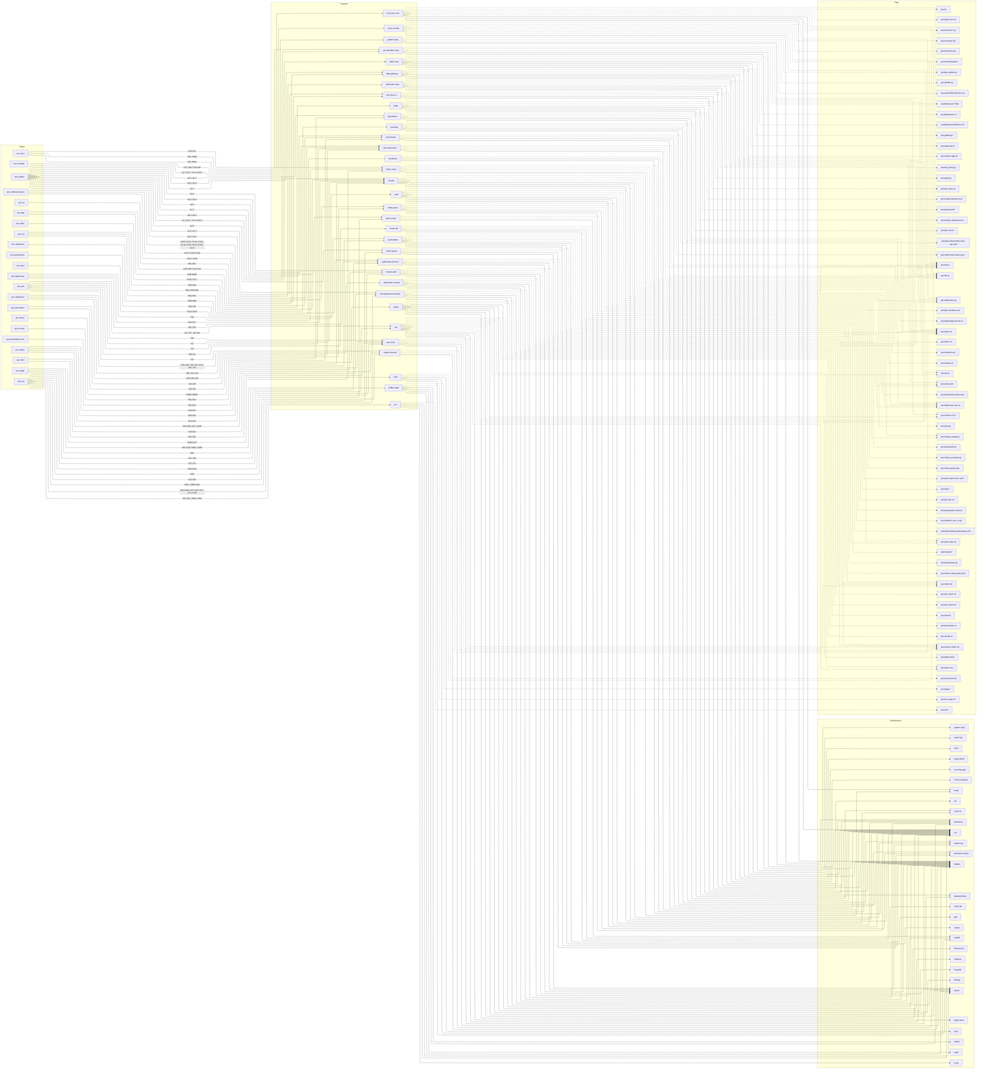
Earlier version of the Mermaid export docs/diagrams/features.png (villadalmine/k8s-lan-party). Its source is kept beside it as docs/diagrams/features.mmd.
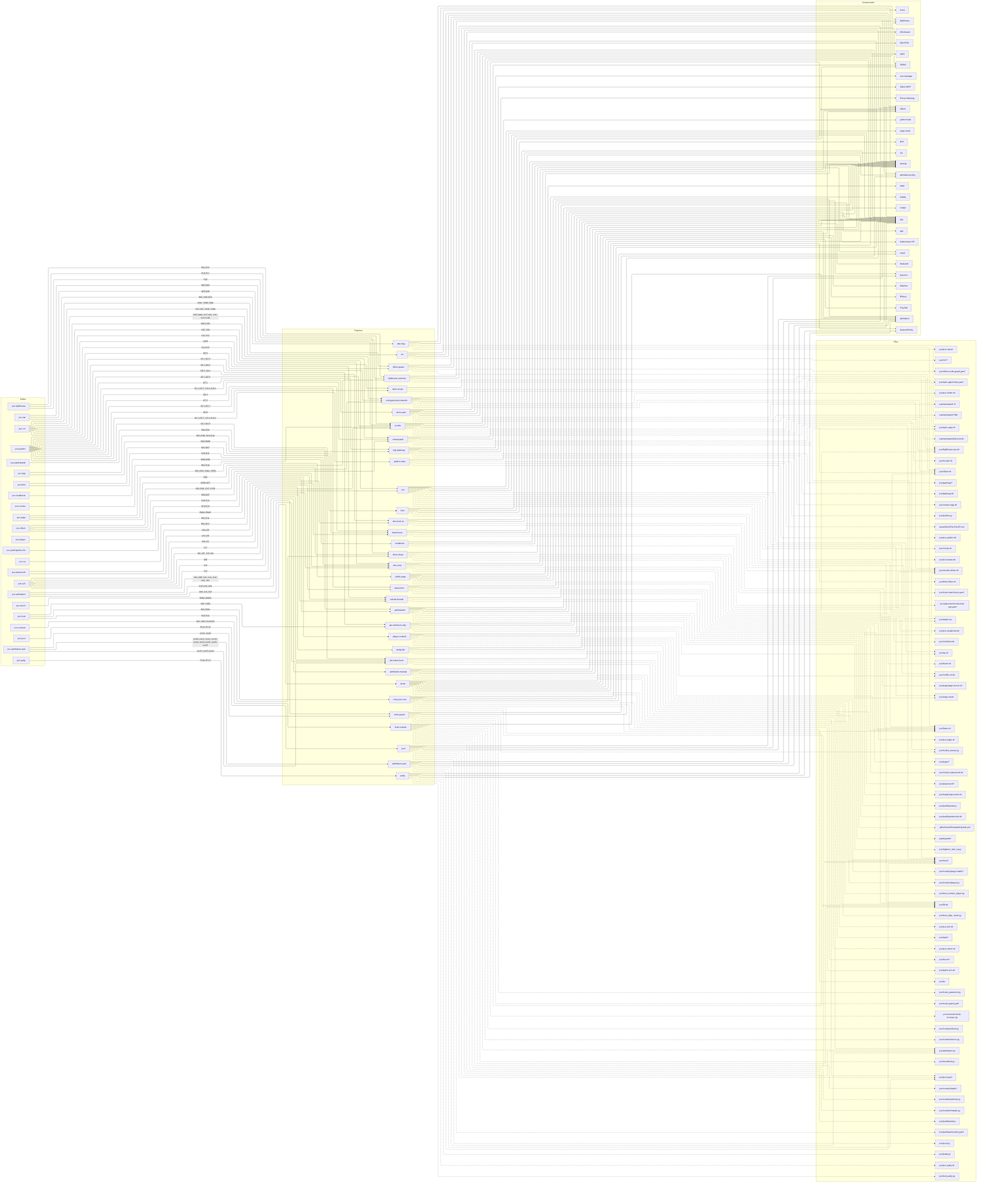
Later version of the same file.

Change to the diagram source:
```diff
@@ -9,6 +9,7 @@
     s_poc_admission["poc-admission"]
     s_poc_admission_auto["poc-admission-auto"]
     s_poc_console["poc-console"]
+    s_poc_player["poc-player"]
     s_poc_pool["poc-pool"]
     s_poc_party["poc-party"]
     s_poc_doom["poc-doom"]
@@ -35,6 +36,7 @@
     f_admission_manual["admission-manual"]
     f_admission_auto["admission-auto"]
     f_host_console["host-console"]
+    f_player_console["player-console"]
     f_pool["pool"]
     f_party["party"]
     f_doom["doom"]
@@ -67,6 +69,7 @@
     c_Cilium["Cilium"]
     c_admission_policy["admission policy"]
     c_admission["admission"]
+    c_Kubernetes_API["Kubernetes API"]
     c_Kyverno["Kyverno"]
     c_NetworkPolicy["NetworkPolicy"]
     c_Odamex["Odamex"]
@@ -111,9 +114,16 @@
     p_poc_admission_py["poc/admission.py"]
     p_poc_pool_yaml["poc/pool.yaml"]
     p_poc_meshlock_py["poc/meshlock.py"]
-    p_poc_console___py["poc/console/*.py"]
-    p_poc_console___cjs["poc/console/*.cjs"]
+    p_poc_console_actions_py["poc/console/actions.py"]
+    p_poc_console_client_py["poc/console/client.py"]
+    p_poc_console_mutate_py["poc/console/mutate.py"]
+    p_poc_console_server_py["poc/console/server.py"]
+    p_poc_console_check_browser_cjs["poc/console/check-browser.cjs"]
     p_poc_console_static__["poc/console/static/*"]
+    p_poc_console_player_py["poc/console/player.py"]
+    p_poc_console_player_static__["poc/console/player-static/*"]
+    p_poc_test_console_player_py["poc/test_console_player.py"]
+    p_poc_test_edge_mesh_py["poc/test_edge_mesh.py"]
     p_poc_pool_py["poc/pool.py"]
     p_poc_participant_py["poc/participant.py"]
     p_poc_participant_policy_yaml["poc/participant-policy.yaml"]
@@ -241,10 +251,21 @@
   f_host_console -.-> p_poc_mesh
   f_host_console -.-> p_poc_lib_sh
   f_host_console -.-> p_poc_meshlock_py
-  f_host_console -.-> p_poc_console___py
-  f_host_console -.-> p_poc_console___cjs
+  f_host_console -.-> p_poc_console_actions_py
+  f_host_console -.-> p_poc_console_client_py
+  f_host_console -.-> p_poc_console_mutate_py
+  f_host_console -.-> p_poc_console_server_py
+  f_host_console -.-> p_poc_console_check_browser_cjs
   f_host_console -.-> p_poc_console_static__
   f_host_console -.-> p_poc_admission_py
+  s_poc_player -->|"PM01-PM07"| f_player_console
+  f_player_console --> c_Kubernetes_API
+  f_player_console --> c_k3s
+  f_player_console -.-> p_poc_edge_mesh
+  f_player_console -.-> p_poc_console_player_py
+  f_player_console -.-> p_poc_console_player_static__
+  f_player_console -.-> p_poc_test_console_player_py
+  f_player_console -.-> p_poc_test_edge_mesh_py
   s_poc_pool -->|"PL01-PL25"| f_pool
   f_pool --> c_admission
   f_pool --> c_k3s
```
